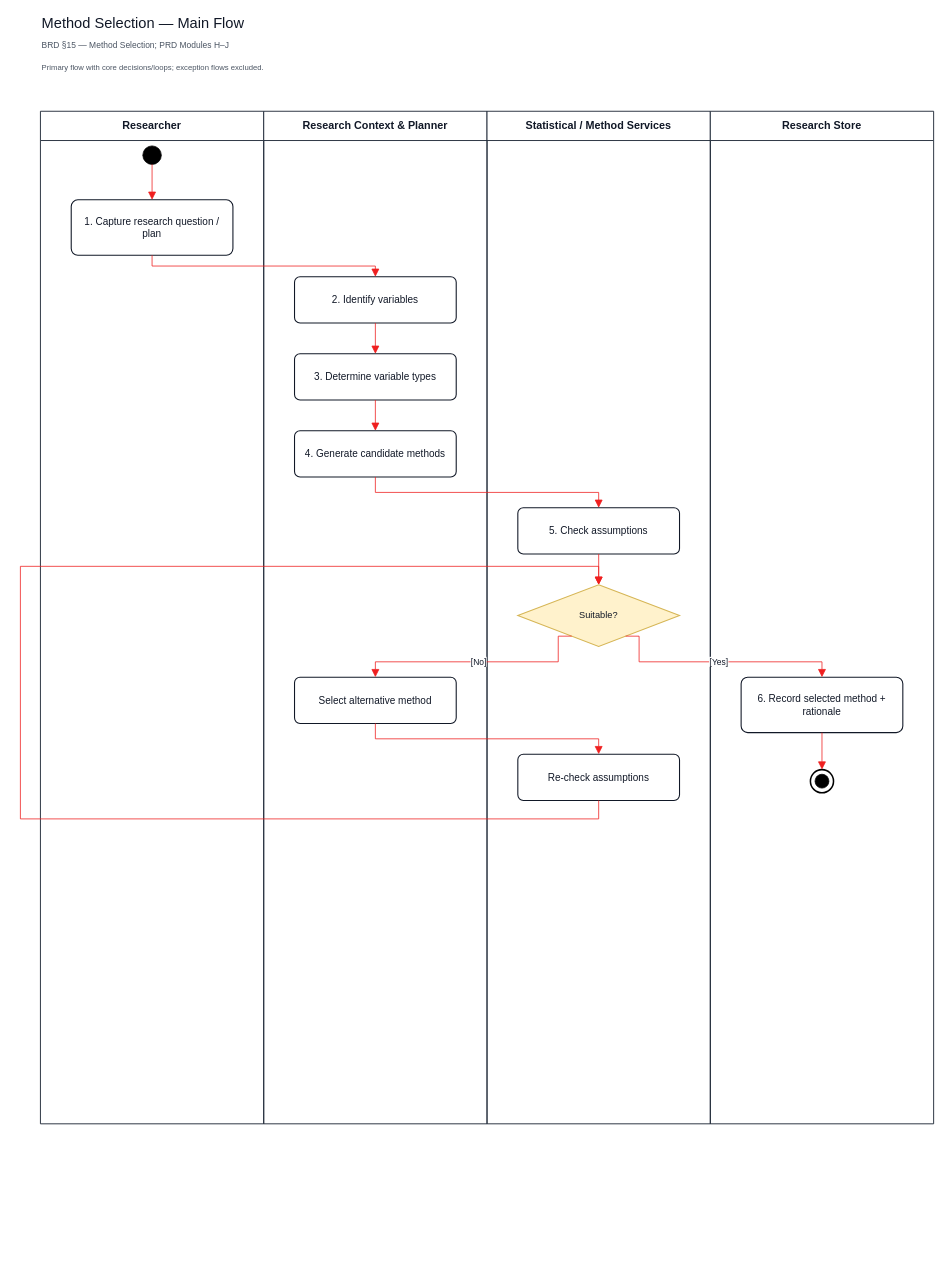
The draw.io diagram page "Method Selection — Main Flow" (5 of 11) of diagrams/activity-diagrams/AI-Research-Experimentation-Platform-Activity-Main-Flows.drawio in capstone-project-beyond8/capstone-project-docs, before the edit. Source tidied: cells renumbered, new cells numbered last; positions are measured from the earlier drawing's top-left corner, leaving out a move shared by most shapes. Both pictures are drawn from the tidied source at 77%, with x=0, y=0 at pixel (20, 13).
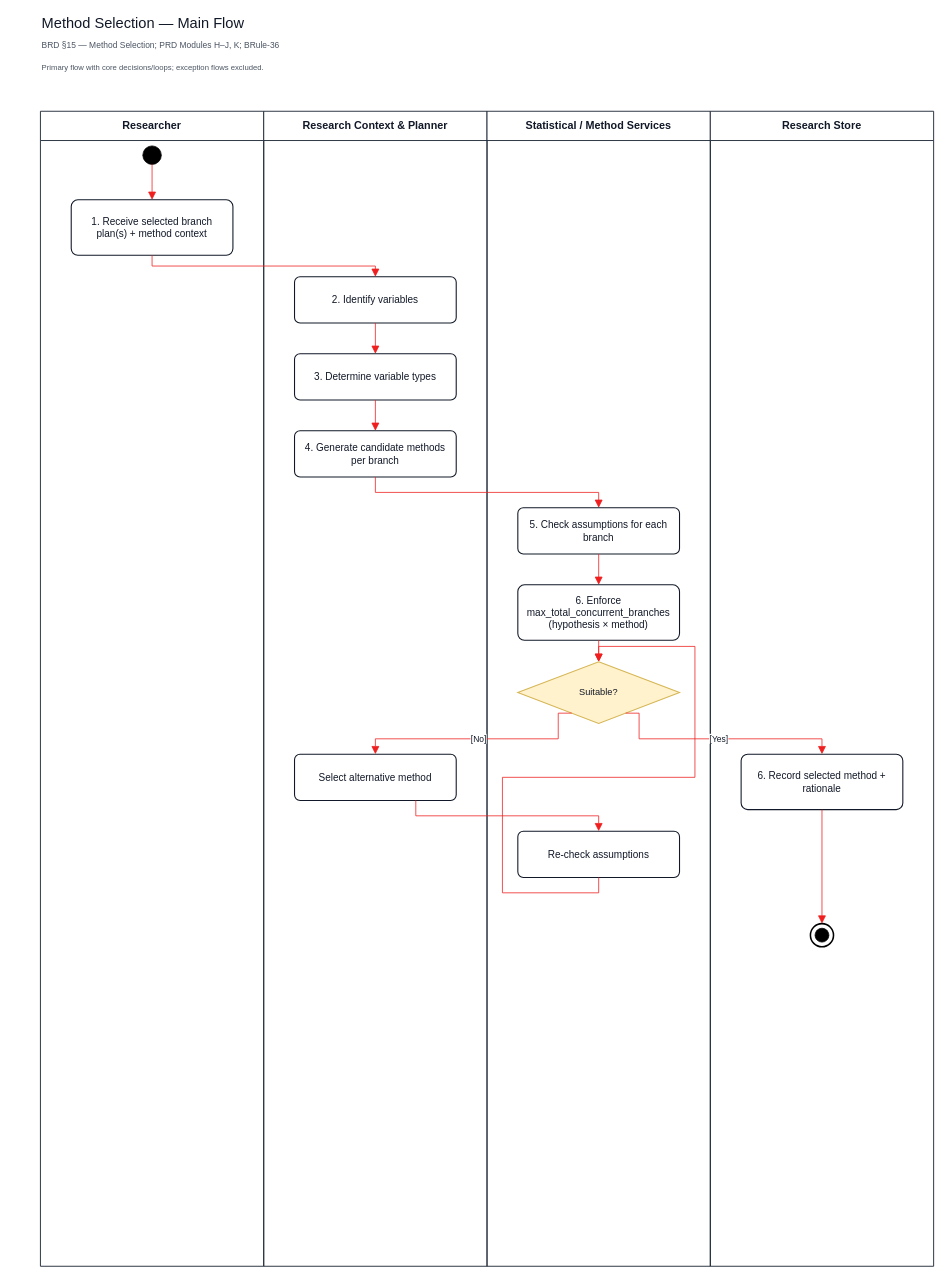
The same page after the edit.

The edit, as a diff of the source:
```diff
@@
-    <mxCell id="3" value="BRD §15 — Method Selection; PRD Modules H–J" style="text;html=1;whiteSpace=wrap;align=left;verticalAlign=middle;fontColor=#4b5563;fontFamily=Helvetica;fontSize=11;" parent="1" vertex="1">
+    <mxCell id="3" value="BRD §15 — Method Selection; PRD Modules H–J, K; BRule-36" style="text;html=1;whiteSpace=wrap;align=left;verticalAlign=middle;fontColor=#4b5563;fontFamily=Helvetica;fontSize=11;" parent="1" vertex="1">
       <mxGeometry x="26" y="30" width="1160" height="22" as="geometry" />
     </mxCell>
@@
     <mxCell id="5" value="Researcher" style="swimlane;html=1;horizontal=1;startSize=38;whiteSpace=wrap;fillColor=#ffffff;strokeColor=#1f2937;strokeWidth=1.2;fontColor=#111827;fontFamily=Helvetica;fontSize=14;fontStyle=1;" parent="1" vertex="1">
-      <mxGeometry x="26" y="127" width="290" height="1315" as="geometry" />
+      <mxGeometry x="26" y="127" width="290" height="1500" as="geometry" />
     </mxCell>
@@
-    <mxCell id="7" value="1. Capture research question / plan" style="rounded=1;arcSize=12;whiteSpace=wrap;html=1;align=center;verticalAlign=middle;fillColor=#ffffff;strokeColor=#111827;strokeWidth=1.4;fontColor=#111827;fontFamily=Helvetica;fontSize=13;spacing=6;" parent="5" vertex="1">
+    <mxCell id="7" value="1. Receive selected branch plan(s) + method context" style="rounded=1;arcSize=12;whiteSpace=wrap;html=1;align=center;verticalAlign=middle;fillColor=#ffffff;strokeColor=#111827;strokeWidth=1.4;fontColor=#111827;fontFamily=Helvetica;fontSize=13;spacing=6;" parent="5" vertex="1">
       <mxGeometry x="40" y="115" width="210" height="72" as="geometry" />
     </mxCell>
     <mxCell id="8" value="Research Context &amp; Planner" style="swimlane;html=1;horizontal=1;startSize=38;whiteSpace=wrap;fillColor=#ffffff;strokeColor=#1f2937;strokeWidth=1.2;fontColor=#111827;fontFamily=Helvetica;fontSize=14;fontStyle=1;" parent="1" vertex="1">
-      <mxGeometry x="316" y="127" width="290" height="1315" as="geometry" />
+      <mxGeometry x="316" y="127" width="290" height="1500" as="geometry" />
     </mxCell>
@@
-    <mxCell id="11" value="4. Generate candidate methods" style="rounded=1;arcSize=12;whiteSpace=wrap;html=1;align=center;verticalAlign=middle;fillColor=#ffffff;strokeColor=#111827;strokeWidth=1.4;fontColor=#111827;fontFamily=Helvetica;fontSize=13;spacing=6;" parent="8" vertex="1">
+    <mxCell id="11" value="4. Generate candidate methods per branch" style="rounded=1;arcSize=12;whiteSpace=wrap;html=1;align=center;verticalAlign=middle;fillColor=#ffffff;strokeColor=#111827;strokeWidth=1.4;fontColor=#111827;fontFamily=Helvetica;fontSize=13;spacing=6;" parent="8" vertex="1">
       <mxGeometry x="40" y="415" width="210" height="60" as="geometry" />
     </mxCell>
     <mxCell id="12" value="Select alternative method" style="rounded=1;arcSize=12;whiteSpace=wrap;html=1;align=center;verticalAlign=middle;fillColor=#ffffff;strokeColor=#111827;strokeWidth=1.4;fontColor=#111827;fontFamily=Helvetica;fontSize=13;spacing=6;" parent="8" vertex="1">
-      <mxGeometry x="40" y="735" width="210" height="60" as="geometry" />
+      <mxGeometry x="40" y="835" width="210" height="60" as="geometry" />
     </mxCell>
     <mxCell id="13" value="Statistical / Method Services" style="swimlane;html=1;horizontal=1;startSize=38;whiteSpace=wrap;fillColor=#ffffff;strokeColor=#1f2937;strokeWidth=1.2;fontColor=#111827;fontFamily=Helvetica;fontSize=14;fontStyle=1;" parent="1" vertex="1">
-      <mxGeometry x="606" y="127" width="290" height="1315" as="geometry" />
+      <mxGeometry x="606" y="127" width="290" height="1500" as="geometry" />
     </mxCell>
-    <mxCell id="14" value="5. Check assumptions" style="rounded=1;arcSize=12;whiteSpace=wrap;html=1;align=center;verticalAlign=middle;fillColor=#ffffff;strokeColor=#111827;strokeWidth=1.4;fontColor=#111827;fontFamily=Helvetica;fontSize=13;spacing=6;" parent="13" vertex="1">
+    <mxCell id="14" value="5. Check assumptions for each branch" style="rounded=1;arcSize=12;whiteSpace=wrap;html=1;align=center;verticalAlign=middle;fillColor=#ffffff;strokeColor=#111827;strokeWidth=1.4;fontColor=#111827;fontFamily=Helvetica;fontSize=13;spacing=6;" parent="13" vertex="1">
       <mxGeometry x="40" y="515" width="210" height="60" as="geometry" />
     </mxCell>
     <mxCell id="15" value="Suitable?" style="rhombus;whiteSpace=wrap;html=1;align=center;verticalAlign=middle;fillColor=#fff2cc;strokeColor=#d6b656;strokeWidth=1.4;fontColor=#111827;fontFamily=Helvetica;fontSize=12;spacing=4;" parent="13" vertex="1">
-      <mxGeometry x="40" y="615" width="210" height="80" as="geometry" />
+      <mxGeometry x="40" y="715" width="210" height="80" as="geometry" />
     </mxCell>
     <mxCell id="16" value="Re-check assumptions" style="rounded=1;arcSize=12;whiteSpace=wrap;html=1;align=center;verticalAlign=middle;fillColor=#ffffff;strokeColor=#111827;strokeWidth=1.4;fontColor=#111827;fontFamily=Helvetica;fontSize=13;spacing=6;" parent="13" vertex="1">
-      <mxGeometry x="40" y="835" width="210" height="60" as="geometry" />
+      <mxGeometry x="40" y="935" width="210" height="60" as="geometry" />
     </mxCell>
     <mxCell id="17" value="Research Store" style="swimlane;html=1;horizontal=1;startSize=38;whiteSpace=wrap;fillColor=#ffffff;strokeColor=#1f2937;strokeWidth=1.2;fontColor=#111827;fontFamily=Helvetica;fontSize=14;fontStyle=1;" parent="1" vertex="1">
-      <mxGeometry x="896" y="127" width="290" height="1315" as="geometry" />
+      <mxGeometry x="896" y="127" width="290" height="1500" as="geometry" />
     </mxCell>
     <mxCell id="18" value="6. Record selected method + rationale" style="rounded=1;arcSize=12;whiteSpace=wrap;html=1;align=center;verticalAlign=middle;fillColor=#ffffff;strokeColor=#111827;strokeWidth=1.4;fontColor=#111827;fontFamily=Helvetica;fontSize=13;spacing=6;" parent="17" vertex="1">
-      <mxGeometry x="40" y="735" width="210" height="72" as="geometry" />
+      <mxGeometry x="40" y="835" width="210" height="72" as="geometry" />
     </mxCell>
     <mxCell id="19" style="ellipse;html=1;fillColor=#ffffff;strokeColor=#000000;strokeWidth=2;" parent="17" vertex="1">
-      <mxGeometry x="130" y="855" width="30" height="30" as="geometry" />
+      <mxGeometry x="130" y="1055" width="30" height="30" as="geometry" />
     </mxCell>
@@
+    <mxCell id="32" value="6. Enforce max_total_concurrent_branches (hypothesis × method)" style="rounded=1;arcSize=12;whiteSpace=wrap;html=1;align=center;verticalAlign=middle;fillColor=#ffffff;strokeColor=#111827;strokeWidth=1.4;fontColor=#111827;fontFamily=Helvetica;fontSize=13;spacing=6;" parent="13" vertex="1">
+      <mxGeometry x="40" y="615" width="210" height="72" as="geometry" />
+    </mxCell>
@@
-    <mxCell id="26" style="edgeStyle=orthogonalEdgeStyle;rounded=0;jettySize=auto;html=1;endArrow=block;endSize=8;endFill=1;strokeColor=#ef1f1f;fontColor=#111827;fontFamily=Helvetica;fontSize=11;labelBackgroundColor=#ffffff;exitX=0.5;exitY=1.0;exitDx=0;exitDy=0;entryX=0.5;entryY=0.0;entryDx=0;entryDy=0;" parent="1" edge="1" source="14" target="15">
+    <mxCell id="26" style="edgeStyle=orthogonalEdgeStyle;rounded=0;jettySize=auto;html=1;endArrow=block;endSize=8;endFill=1;strokeColor=#ef1f1f;fontColor=#111827;fontFamily=Helvetica;fontSize=11;labelBackgroundColor=#ffffff;exitX=0.5;exitY=1.0;exitDx=0;exitDy=0;entryX=0.5;entryY=0.0;entryDx=0;entryDy=0;" parent="1" edge="1" source="14" target="32">
       <mxGeometry relative="1" as="geometry" />
     </mxCell>
     <mxCell id="27" value="[Yes]" style="edgeStyle=orthogonalEdgeStyle;rounded=0;jettySize=auto;html=1;endArrow=block;endSize=8;endFill=1;strokeColor=#ef1f1f;fontColor=#111827;fontFamily=Helvetica;fontSize=11;labelBackgroundColor=#ffffff;exitX=0.75;exitY=1.0;exitDx=0;exitDy=0;entryX=0.5;entryY=0.0;entryDx=0;entryDy=0;" parent="1" edge="1" source="15" target="18">
       <mxGeometry relative="1" as="geometry">
         <Array as="points">
-          <mxPoint x="803.5" y="842" />
-          <mxPoint x="1041" y="842" />
+          <mxPoint x="803.5" y="942" />
+          <mxPoint x="1041" y="942" />
         </Array>
       </mxGeometry>
     </mxCell>
     <mxCell id="28" value="[No]" style="edgeStyle=orthogonalEdgeStyle;rounded=0;jettySize=auto;html=1;endArrow=block;endSize=8;endFill=1;strokeColor=#ef1f1f;fontColor=#111827;fontFamily=Helvetica;fontSize=11;labelBackgroundColor=#ffffff;exitX=0.25;exitY=1.0;exitDx=0;exitDy=0;entryX=0.5;entryY=0.0;entryDx=0;entryDy=0;" parent="1" edge="1" source="15" target="12">
       <mxGeometry relative="1" as="geometry">
         <Array as="points">
-          <mxPoint x="698.5" y="842" />
-          <mxPoint x="461" y="842" />
+          <mxPoint x="698.5" y="942" />
+          <mxPoint x="461" y="942" />
         </Array>
       </mxGeometry>
     </mxCell>
-    <mxCell id="29" style="edgeStyle=orthogonalEdgeStyle;rounded=0;jettySize=auto;html=1;endArrow=block;endSize=8;endFill=1;strokeColor=#ef1f1f;fontColor=#111827;fontFamily=Helvetica;fontSize=11;labelBackgroundColor=#ffffff;exitX=0.5;exitY=1.0;exitDx=0;exitDy=0;entryX=0.5;entryY=0.0;entryDx=0;entryDy=0;" parent="1" edge="1" source="12" target="16">
+    <mxCell id="29" style="edgeStyle=orthogonalEdgeStyle;rounded=0;jettySize=auto;html=1;endArrow=block;endSize=8;endFill=1;strokeColor=#ef1f1f;fontColor=#111827;fontFamily=Helvetica;fontSize=11;labelBackgroundColor=#ffffff;exitX=0.75;exitY=1.0;exitDx=0;exitDy=0;entryX=0.5;entryY=0.0;entryDx=0;entryDy=0;" parent="1" edge="1" source="12" target="16">
       <mxGeometry relative="1" as="geometry">
         <Array as="points">
-          <mxPoint x="461" y="942" />
-          <mxPoint x="751" y="942" />
+          <mxPoint x="513.5" y="1042" />
+          <mxPoint x="751" y="1042" />
         </Array>
       </mxGeometry>
     </mxCell>
     <mxCell id="30" style="edgeStyle=orthogonalEdgeStyle;rounded=0;jettySize=auto;html=1;endArrow=block;endSize=8;endFill=1;strokeColor=#ef1f1f;fontColor=#111827;fontFamily=Helvetica;fontSize=11;labelBackgroundColor=#ffffff;exitX=0.5;exitY=1.0;exitDx=0;exitDy=0;entryX=0.5;entryY=0.0;entryDx=0;entryDy=0;" parent="1" edge="1" source="16" target="15">
-      <mxGeometry relative="1" as="geometry">
-        <Array as="points">
-          <mxPoint x="751" y="1046" />
-          <mxPoint y="1046" />
-          <mxPoint y="718" />
-          <mxPoint x="751" y="718" />
-        </Array>
-      </mxGeometry>
+      <mxGeometry relative="1" as="geometry" />
     </mxCell>
@@
+    <mxCell id="33" style="edgeStyle=orthogonalEdgeStyle;rounded=0;jettySize=auto;html=1;endArrow=block;endSize=8;endFill=1;strokeColor=#ef1f1f;fontColor=#111827;fontFamily=Helvetica;fontSize=11;labelBackgroundColor=#ffffff;exitX=0.5;exitY=1.0;exitDx=0;exitDy=0;entryX=0.5;entryY=0.0;entryDx=0;entryDy=0;" parent="1" edge="1" source="32" target="15">
+      <mxGeometry relative="1" as="geometry" />
+    </mxCell>
```
